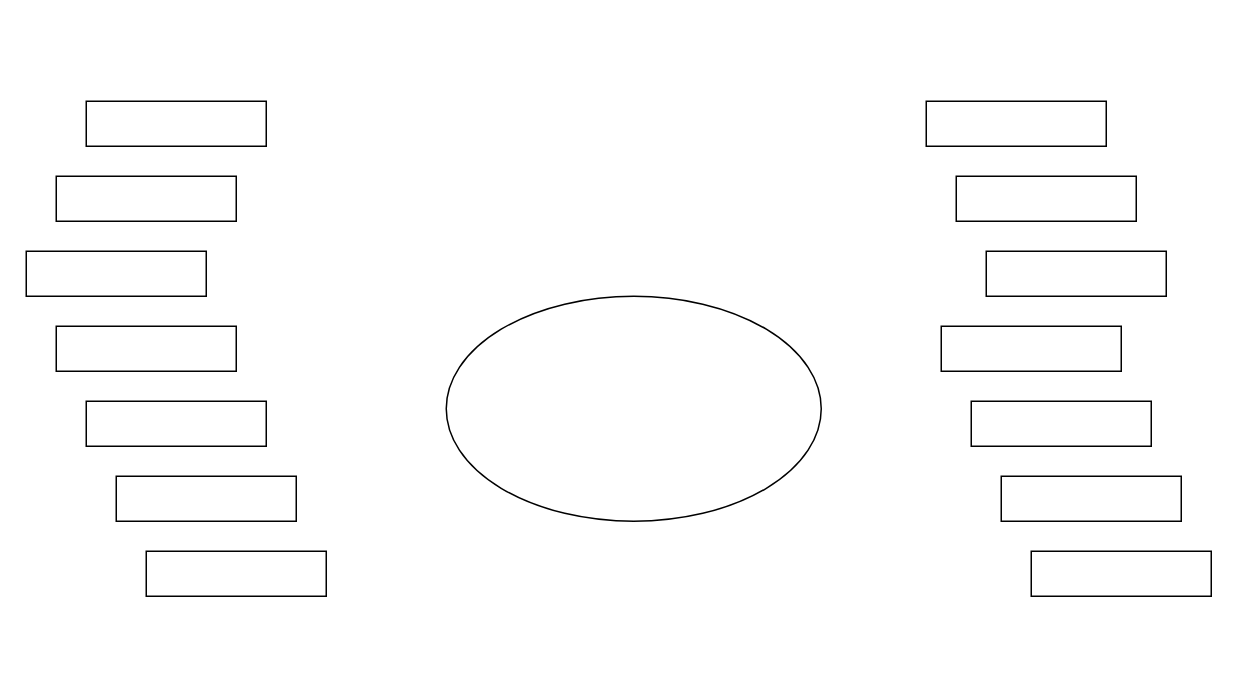
This is Context_Diagram.drawio from vpolamar/SRE-, a draw.io file, before an edit. Source tidied: cells renumbered, new cells numbered last; positions are measured from the earlier drawing's top-left corner, leaving out a move shared by most shapes. Both pictures are drawn from the tidied source at 150%, with x=0, y=0 at pixel (26, 100).
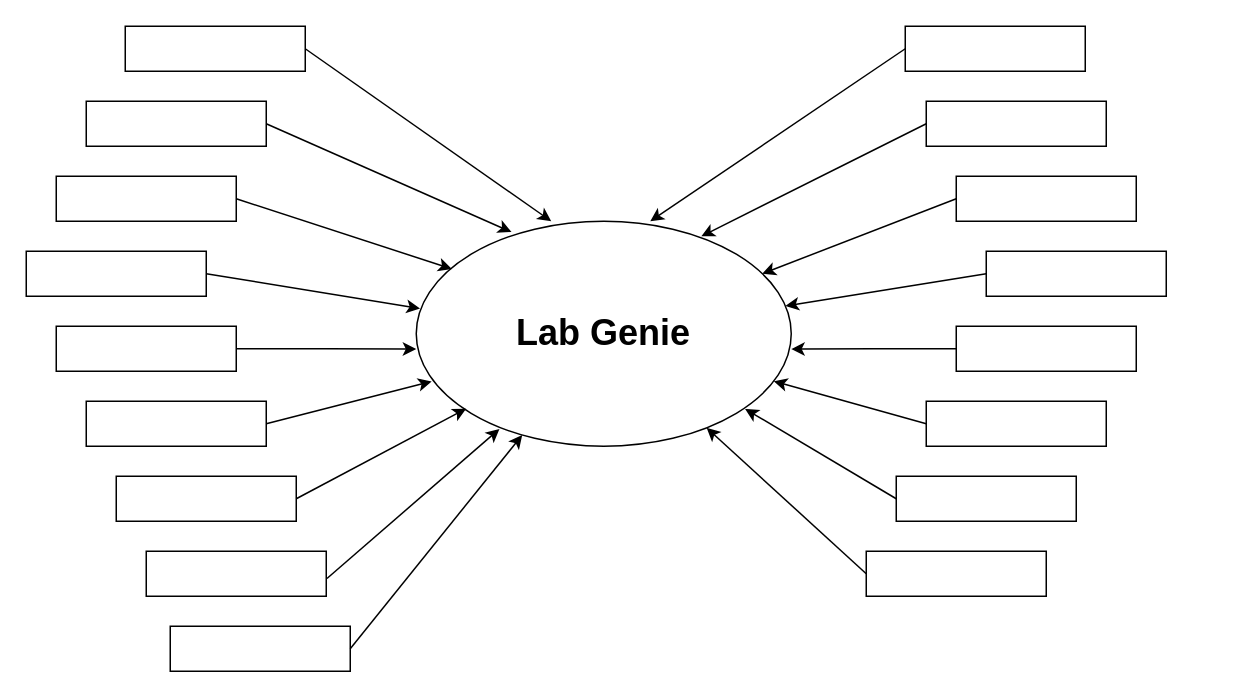
The same diagram, later.

The change refers to these unchanged cells:
```xml
<mxCell id="3" style="rounded=0;whiteSpace=wrap;html=1;" parent="1" vertex="1">
  <mxGeometry x="20" y="50" width="120" height="30" as="geometry" />
</mxCell>
<mxCell id="4" style="rounded=0;whiteSpace=wrap;html=1;" parent="1" vertex="1">
  <mxGeometry y="100" width="120" height="30" as="geometry" />
</mxCell>
<mxCell id="5" style="rounded=0;whiteSpace=wrap;html=1;" parent="1" vertex="1">
  <mxGeometry x="20" y="150" width="120" height="30" as="geometry" />
</mxCell>
<mxCell id="6" style="rounded=0;whiteSpace=wrap;html=1;" parent="1" vertex="1">
  <mxGeometry x="40" y="200" width="120" height="30" as="geometry" />
</mxCell>
<mxCell id="7" style="rounded=0;whiteSpace=wrap;html=1;" parent="1" vertex="1">
  <mxGeometry x="60" y="250" width="120" height="30" as="geometry" />
</mxCell>
<mxCell id="8" style="rounded=0;whiteSpace=wrap;html=1;" parent="1" vertex="1">
  <mxGeometry x="80" y="300" width="120" height="30" as="geometry" />
</mxCell>
<mxCell id="9" style="rounded=0;whiteSpace=wrap;html=1;" parent="1" vertex="1">
  <mxGeometry x="40" width="120" height="30" as="geometry" />
</mxCell>
<mxCell id="10" style="rounded=0;whiteSpace=wrap;html=1;" parent="1" vertex="1">
  <mxGeometry x="620" y="50" width="120" height="30" as="geometry" />
</mxCell>
<mxCell id="11" style="rounded=0;whiteSpace=wrap;html=1;" parent="1" vertex="1">
  <mxGeometry x="640" y="100" width="120" height="30" as="geometry" />
</mxCell>
<mxCell id="16" style="rounded=0;whiteSpace=wrap;html=1;" parent="1" vertex="1">
  <mxGeometry x="600" width="120" height="30" as="geometry" />
</mxCell>
```

Diff of the diagram source:
```diff
@@
-    <mxCell id="2" style="ellipse;whiteSpace=wrap;html=1;" parent="1" vertex="1">
-      <mxGeometry x="280" y="130" width="250" height="150" as="geometry" />
+    <mxCell id="2" value="&lt;h1&gt;&lt;b&gt;Lab Genie&lt;/b&gt;&lt;/h1&gt;" style="ellipse;whiteSpace=wrap;html=1;" parent="1" vertex="1">
+      <mxGeometry x="260" y="80" width="250" height="150" as="geometry" />
     </mxCell>
@@
+    <mxCell id="17" style="edgeStyle=orthogonalEdgeStyle;rounded=0;jettySize=auto;html=1;exitX=1;exitY=0.5;exitDx=0;exitDy=0;entryX=0;entryY=0.568;entryDx=0;entryDy=0;entryPerimeter=0;" parent="1" edge="1" source="5" target="2">
+      <mxGeometry relative="1" as="geometry" />
+    </mxCell>
@@
+    <mxCell id="18" style="edgeStyle=orthogonalEdgeStyle;rounded=0;jettySize=auto;html=1;exitX=0;exitY=0.5;exitDx=0;exitDy=0;entryX=1;entryY=0.568;entryDx=0;entryDy=0;entryPerimeter=0;" parent="1" edge="1" source="12" target="2">
+      <mxGeometry relative="1" as="geometry" />
+    </mxCell>
     <mxCell id="12" style="rounded=0;whiteSpace=wrap;html=1;" parent="1" vertex="1">
-      <mxGeometry x="610" y="150" width="120" height="30" as="geometry" />
+      <mxGeometry x="620" y="150" width="120" height="30" as="geometry" />
     </mxCell>
     <mxCell id="13" style="rounded=0;whiteSpace=wrap;html=1;" parent="1" vertex="1">
-      <mxGeometry x="630" y="200" width="120" height="30" as="geometry" />
+      <mxGeometry x="600" y="200" width="120" height="30" as="geometry" />
     </mxCell>
     <mxCell id="14" style="rounded=0;whiteSpace=wrap;html=1;" parent="1" vertex="1">
-      <mxGeometry x="650" y="250" width="120" height="30" as="geometry" />
+      <mxGeometry x="580" y="250" width="120" height="30" as="geometry" />
     </mxCell>
     <mxCell id="15" style="rounded=0;whiteSpace=wrap;html=1;" parent="1" vertex="1">
-      <mxGeometry x="670" y="300" width="120" height="30" as="geometry" />
+      <mxGeometry x="560" y="300" width="120" height="30" as="geometry" />
     </mxCell>
@@
+    <mxCell id="19" style="endArrow=classic;html=1;rounded=0;exitX=1;exitY=0.5;exitDx=0;exitDy=0;entryX=0.041;entryY=0.712;entryDx=0;entryDy=0;entryPerimeter=0;" parent="1" edge="1" source="6" target="2">
+      <mxGeometry relative="1" as="geometry" />
+    </mxCell>
+    <mxCell id="20" style="endArrow=classic;html=1;rounded=0;exitX=0;exitY=0.5;exitDx=0;exitDy=0;" parent="1" edge="1" source="13" target="2">
+      <mxGeometry relative="1" as="geometry" />
+    </mxCell>
+    <mxCell id="21" style="endArrow=classic;html=1;rounded=0;exitX=0;exitY=0.5;exitDx=0;exitDy=0;entryX=0.76;entryY=0.067;entryDx=0;entryDy=0;entryPerimeter=0;" parent="1" edge="1" source="16" target="2">
+      <mxGeometry relative="1" as="geometry" />
+    </mxCell>
+    <mxCell id="22" style="endArrow=classic;html=1;rounded=0;exitX=1;exitY=0.5;exitDx=0;exitDy=0;entryX=0.254;entryY=0.048;entryDx=0;entryDy=0;entryPerimeter=0;" parent="1" edge="1" source="9" target="2">
+      <mxGeometry relative="1" as="geometry" />
+    </mxCell>
+    <mxCell id="23" style="endArrow=classic;html=1;rounded=0;exitX=1.004;exitY=0.605;exitDx=0;exitDy=0;entryX=0.222;entryY=0.923;entryDx=0;entryDy=0;entryPerimeter=0;exitPerimeter=0;" parent="1" edge="1" source="8" target="2">
+      <mxGeometry relative="1" as="geometry" />
+    </mxCell>
+    <mxCell id="24" style="endArrow=classic;html=1;rounded=0;exitX=1;exitY=0.5;exitDx=0;exitDy=0;entryX=0.133;entryY=0.833;entryDx=0;entryDy=0;entryPerimeter=0;" parent="1" edge="1" source="7" target="2">
+      <mxGeometry relative="1" as="geometry" />
+    </mxCell>
+    <mxCell id="25" style="endArrow=classic;html=1;rounded=0;exitX=1;exitY=0.5;exitDx=0;exitDy=0;entryX=0.095;entryY=0.212;entryDx=0;entryDy=0;entryPerimeter=0;" parent="1" edge="1" source="3" target="2">
+      <mxGeometry relative="1" as="geometry" />
+    </mxCell>
+    <mxCell id="26" style="endArrow=classic;html=1;rounded=0;exitX=1;exitY=0.5;exitDx=0;exitDy=0;entryX=0.01;entryY=0.388;entryDx=0;entryDy=0;entryPerimeter=0;" parent="1" edge="1" source="4" target="2">
+      <mxGeometry relative="1" as="geometry" />
+    </mxCell>
+    <mxCell id="27" style="endArrow=classic;html=1;rounded=0;exitX=0;exitY=0.5;exitDx=0;exitDy=0;" parent="1" edge="1" source="10" target="2">
+      <mxGeometry relative="1" as="geometry" />
+    </mxCell>
+    <mxCell id="28" style="endArrow=classic;html=1;rounded=0;exitX=0;exitY=0.5;exitDx=0;exitDy=0;" parent="1" edge="1" source="11" target="2">
+      <mxGeometry relative="1" as="geometry" />
+    </mxCell>
+    <mxCell id="29" style="endArrow=classic;html=1;rounded=0;exitX=0;exitY=0.5;exitDx=0;exitDy=0;entryX=0.877;entryY=0.834;entryDx=0;entryDy=0;entryPerimeter=0;" parent="1" edge="1" source="14" target="2">
+      <mxGeometry relative="1" as="geometry" />
+    </mxCell>
+    <mxCell id="30" style="endArrow=classic;html=1;rounded=0;exitX=0;exitY=0.5;exitDx=0;exitDy=0;" parent="1" edge="1" source="15" target="2">
+      <mxGeometry relative="1" as="geometry" />
+    </mxCell>
+    <mxCell id="31" style="rounded=0;whiteSpace=wrap;html=1;" parent="1" vertex="1">
+      <mxGeometry x="66" y="-50" width="120" height="30" as="geometry" />
+    </mxCell>
+    <mxCell id="32" style="endArrow=classic;html=1;rounded=0;exitX=1;exitY=0.5;exitDx=0;exitDy=0;entryX=0.36;entryY=0;entryDx=0;entryDy=0;entryPerimeter=0;" parent="1" edge="1" source="31" target="2">
+      <mxGeometry relative="1" as="geometry" />
+    </mxCell>
+    <mxCell id="33" style="rounded=0;whiteSpace=wrap;html=1;" parent="1" vertex="1">
+      <mxGeometry x="586" y="-50" width="120" height="30" as="geometry" />
+    </mxCell>
+    <mxCell id="34" style="endArrow=classic;html=1;rounded=0;exitX=0;exitY=0.5;exitDx=0;exitDy=0;entryX=0.624;entryY=0;entryDx=0;entryDy=0;entryPerimeter=0;" parent="1" edge="1" source="33" target="2">
+      <mxGeometry relative="1" as="geometry" />
+    </mxCell>
+    <mxCell id="35" style="rounded=0;whiteSpace=wrap;html=1;" parent="1" vertex="1">
+      <mxGeometry x="96" y="350" width="120" height="30" as="geometry" />
+    </mxCell>
+    <mxCell id="36" style="endArrow=classic;html=1;rounded=0;fontFamily=Helvetica;exitX=1;exitY=0.5;exitDx=0;exitDy=0;" parent="1" edge="1" source="35" target="2">
+      <mxGeometry relative="1" as="geometry" />
+    </mxCell>
```
